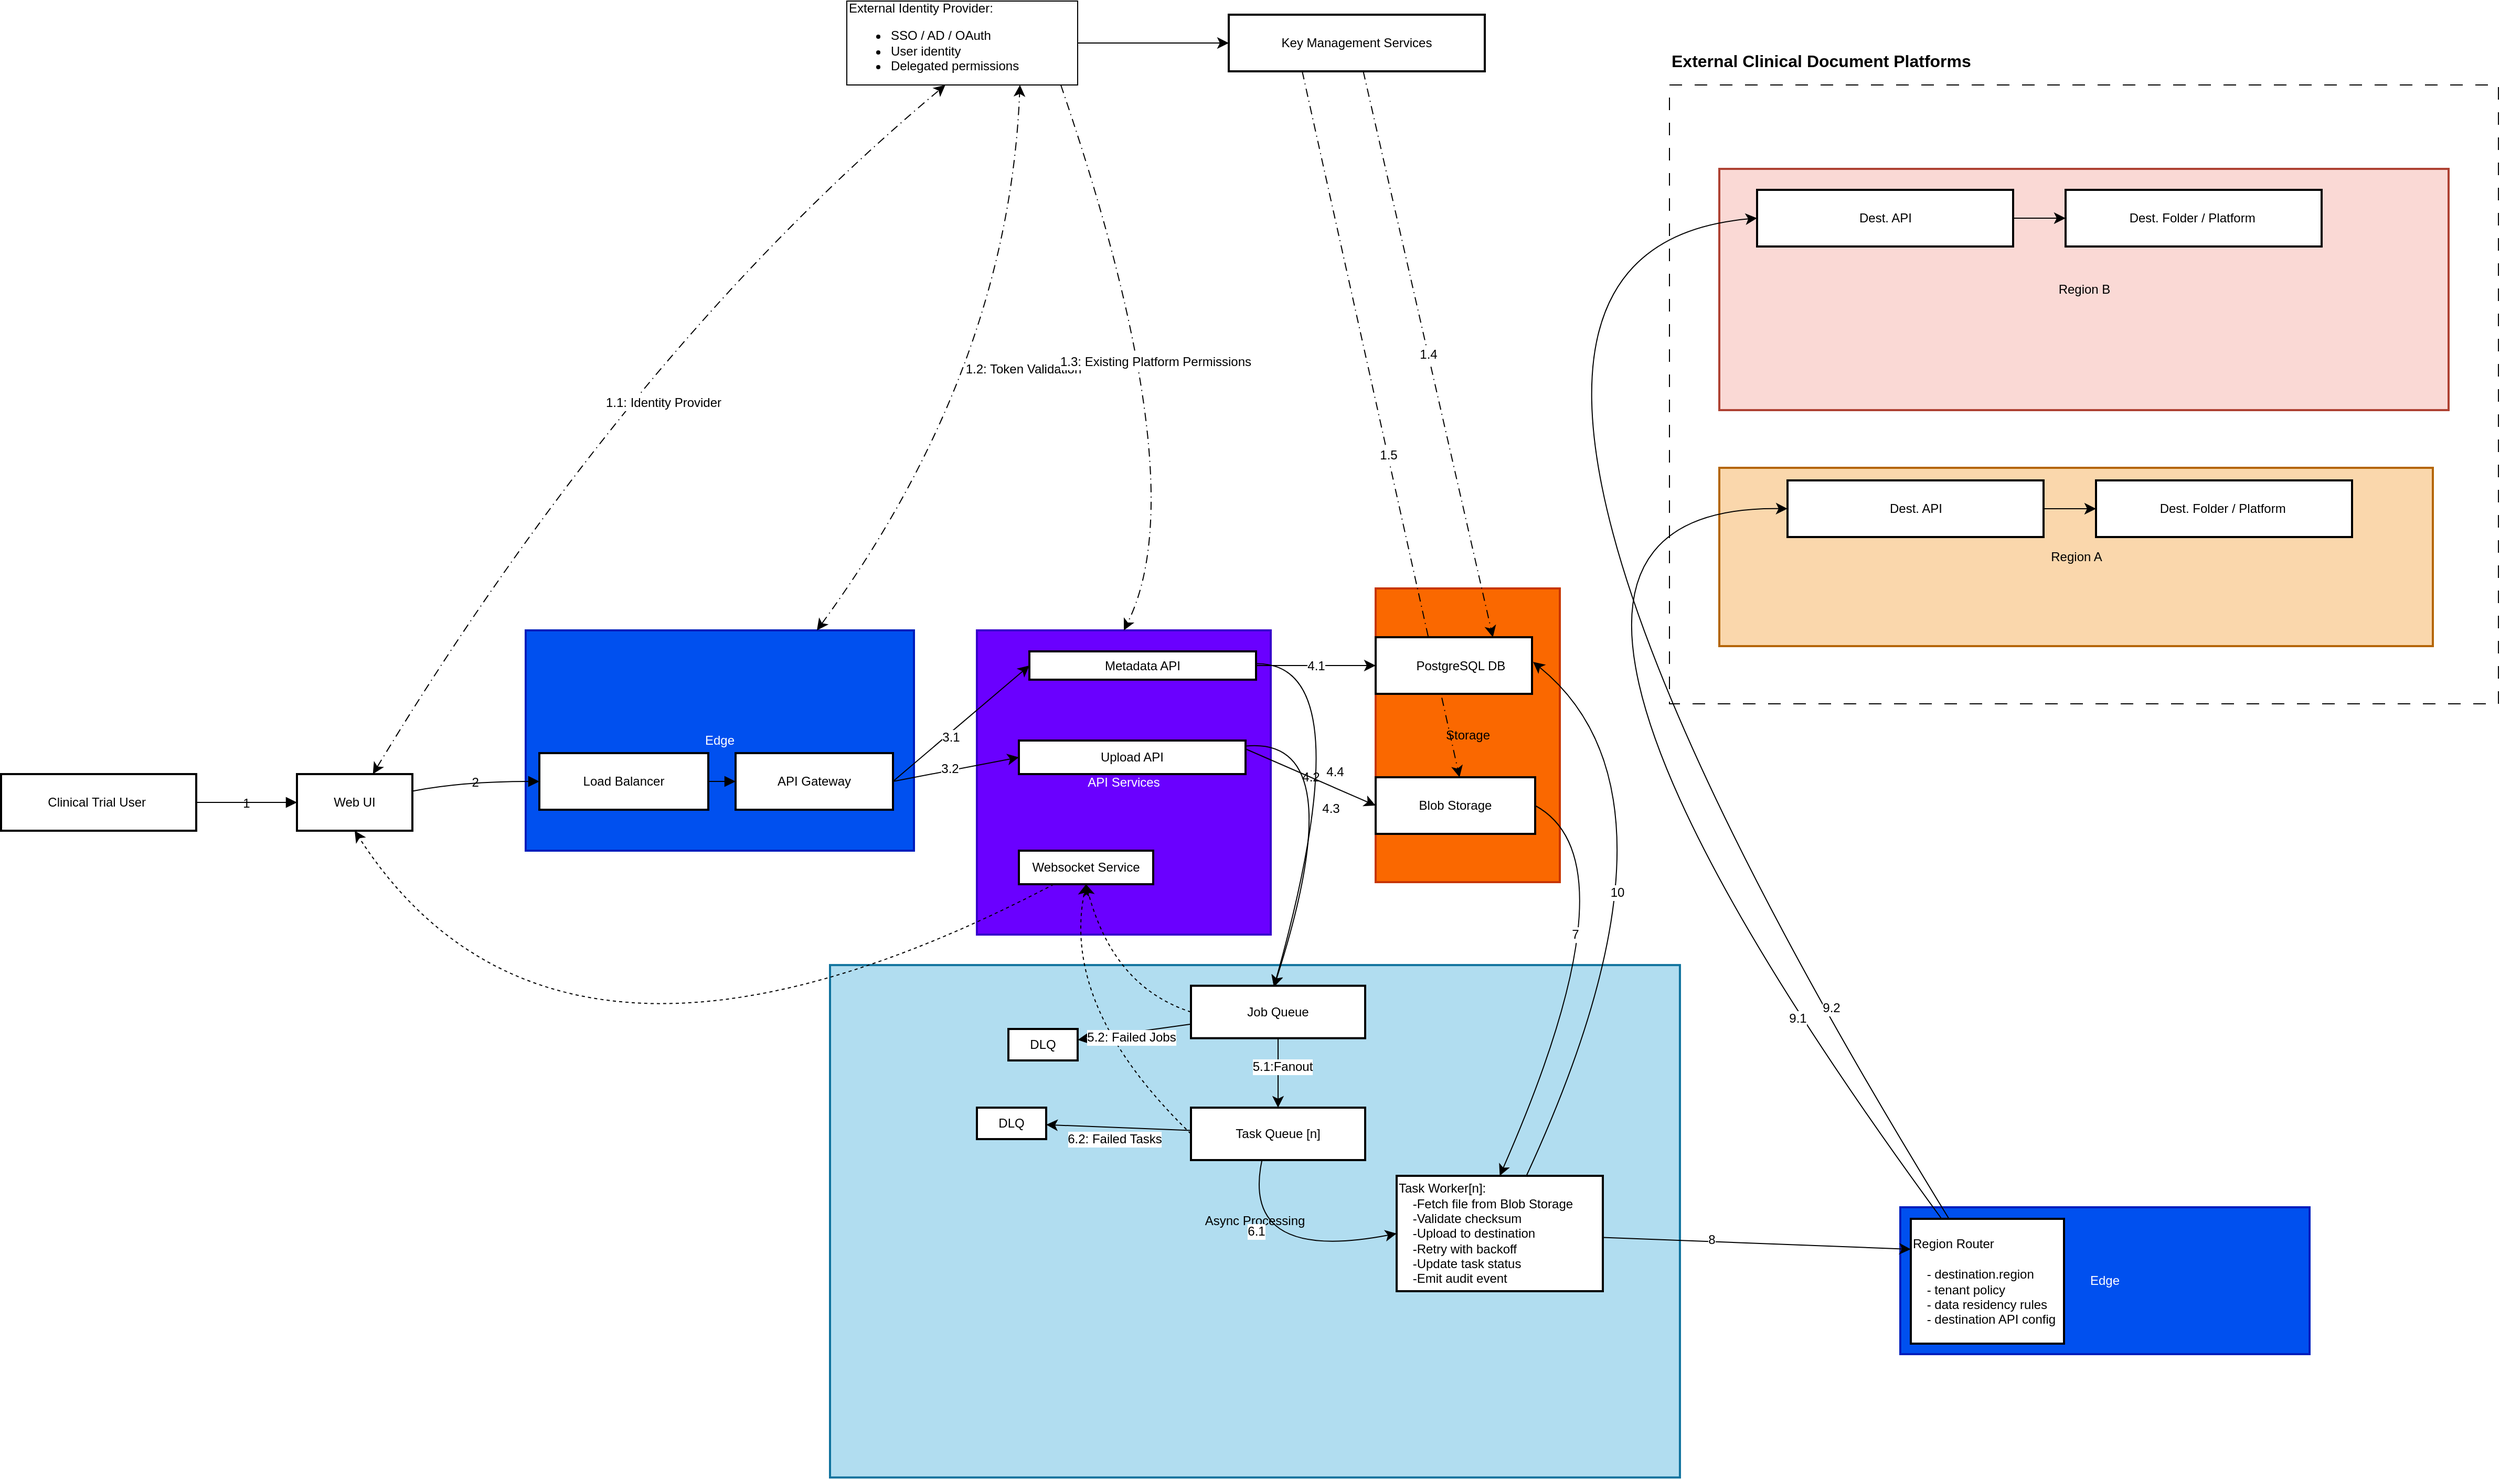
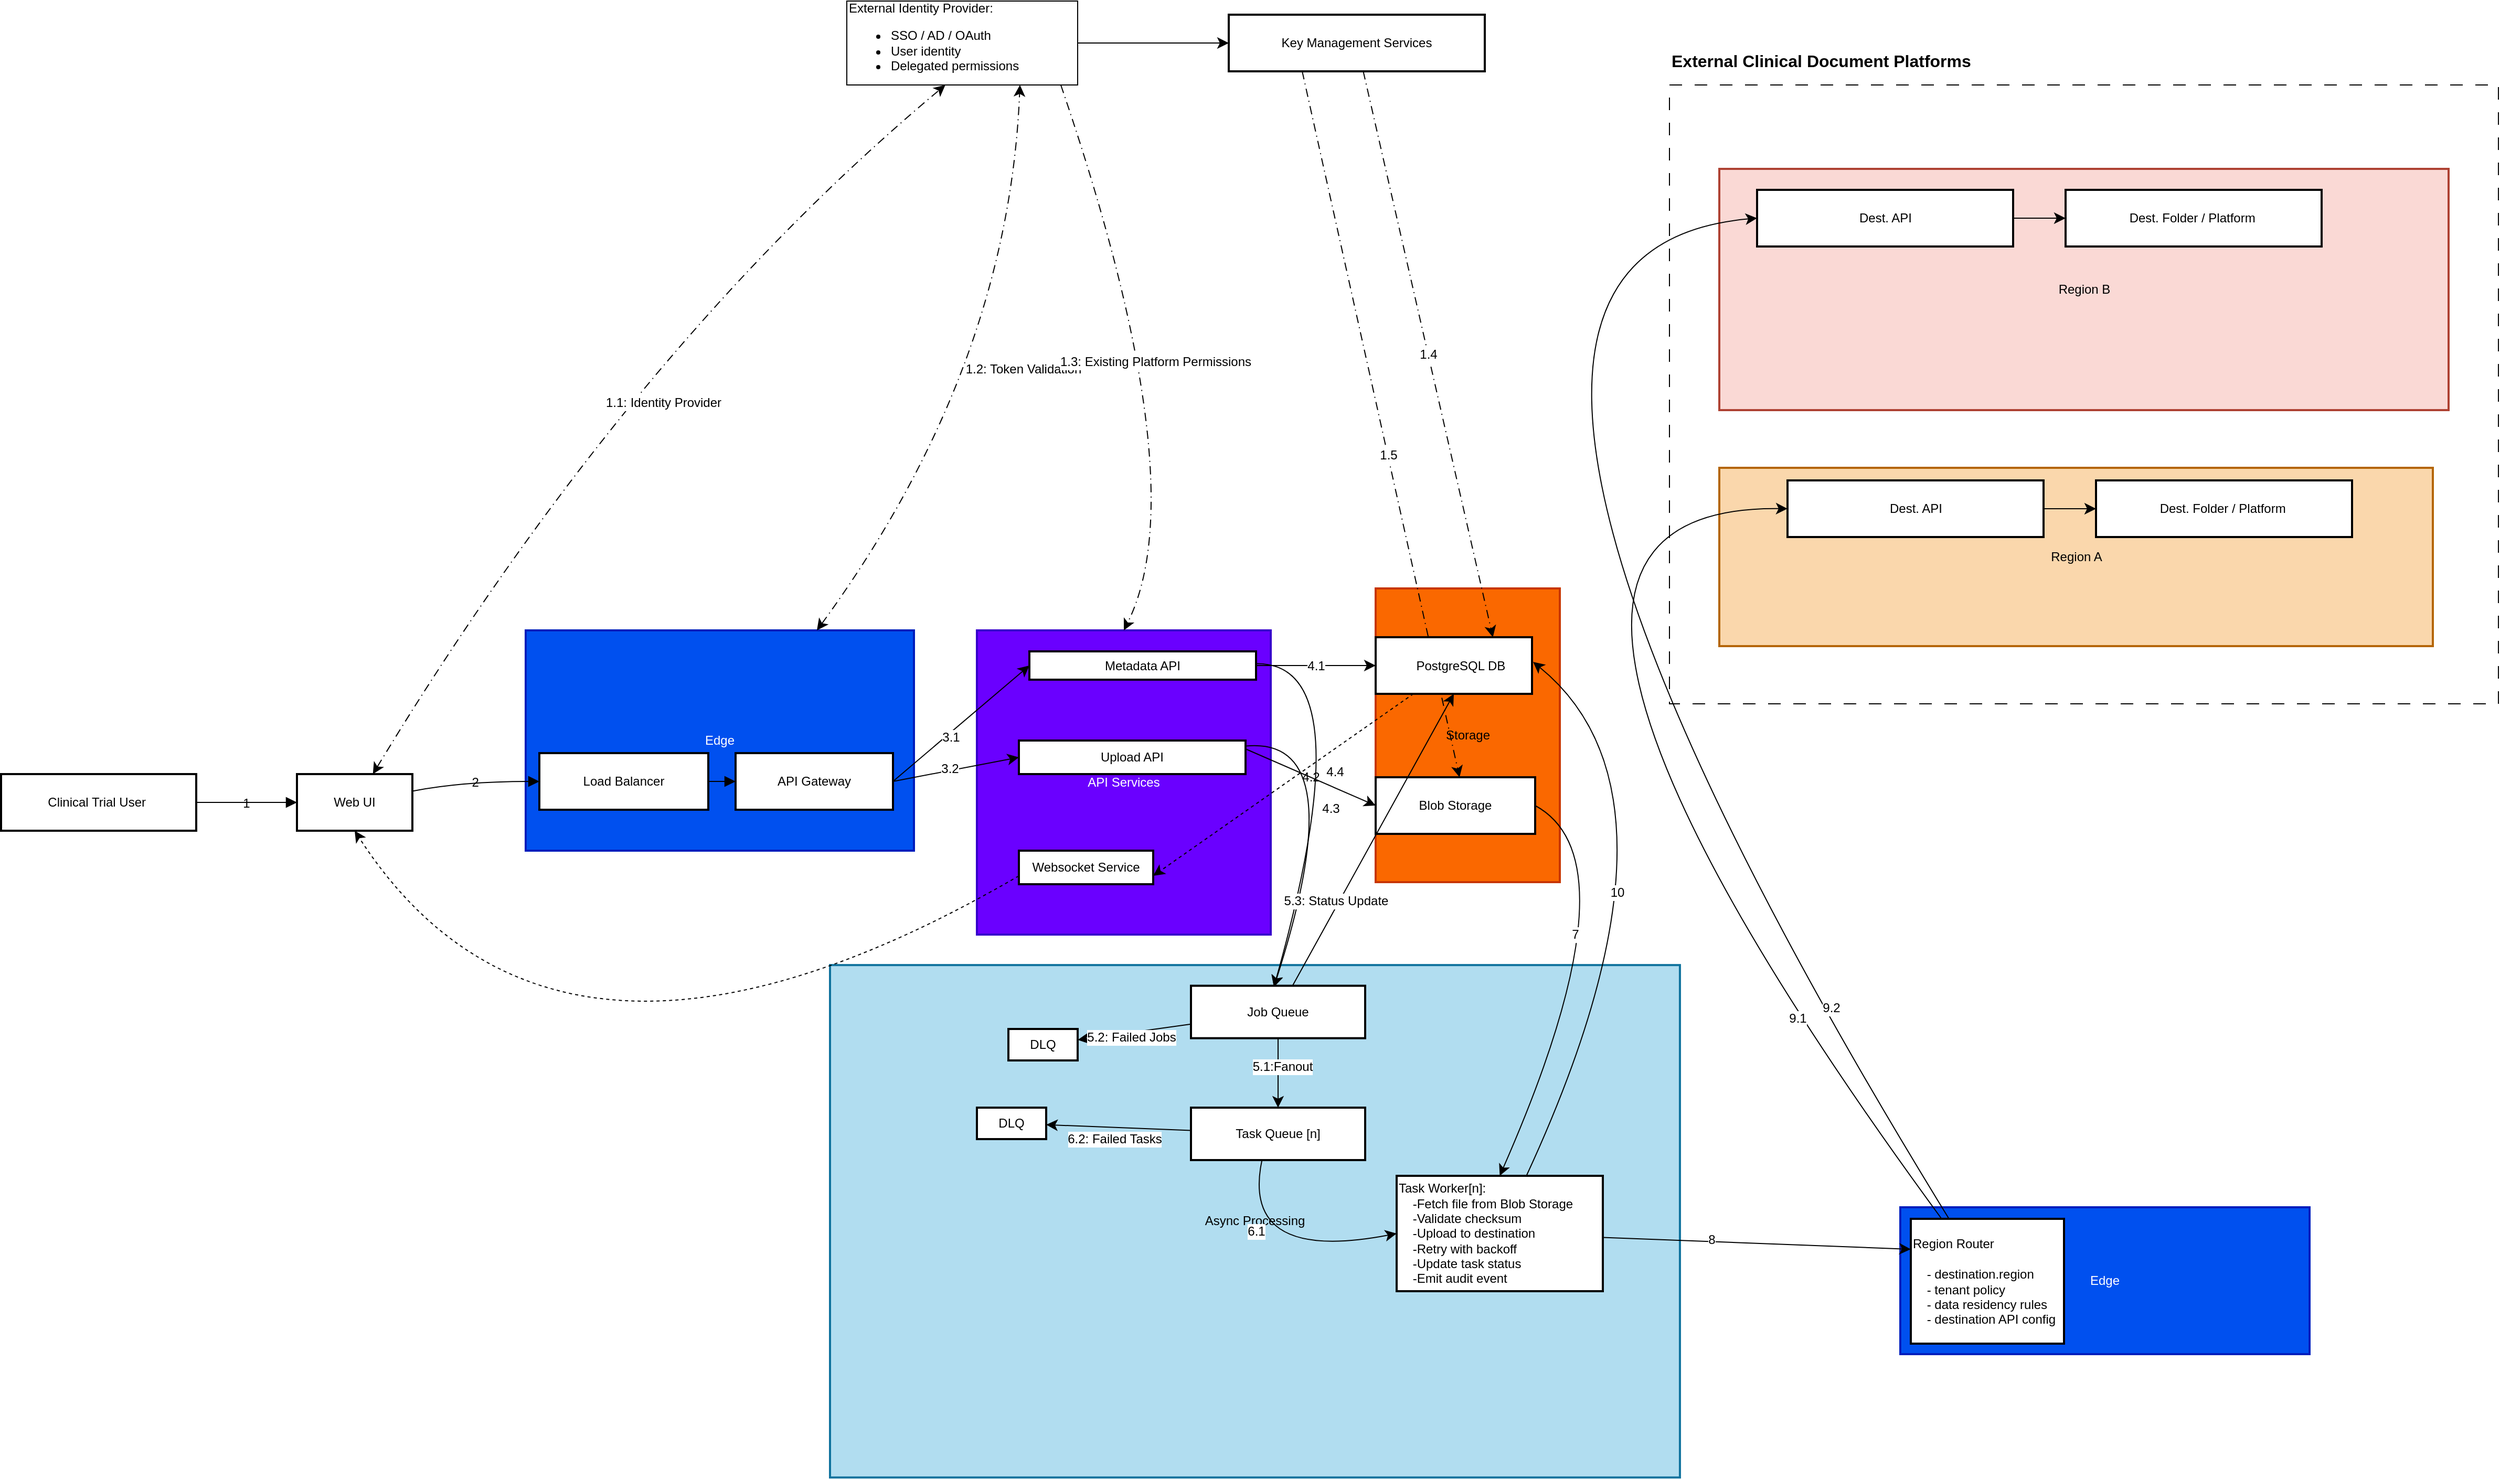
<mxfile host="app.diagrams.net">
  <diagram name="Overall-Diagram" id="Xauzskn0iYLa3f8TggF1">
    <mxGraphModel dx="1148" dy="1882" grid="1" gridSize="10" guides="1" tooltips="1" connect="1" arrows="1" fold="1" page="1" pageScale="1" pageWidth="850" pageHeight="1100" background="none" math="0" shadow="0">
      <root>
        <mxCell id="0" />
        <mxCell id="1" parent="0" />
        <mxCell id="kZjGEyZ31KSyDfQOjVAd-13" connectable="0" parent="1" style="group" value="" vertex="1">
          <mxGeometry height="630" width="790" x="1690" y="-520" as="geometry" />
        </mxCell>
        <mxCell id="kZjGEyZ31KSyDfQOjVAd-8" parent="kZjGEyZ31KSyDfQOjVAd-13" style="rounded=0;whiteSpace=wrap;html=1;fillColor=none;dashed=1;dashPattern=12 12;" value="" vertex="1">
          <mxGeometry height="590" width="790" y="40" as="geometry" />
        </mxCell>
        <mxCell id="kZjGEyZ31KSyDfQOjVAd-10" parent="kZjGEyZ31KSyDfQOjVAd-13" style="text;html=1;whiteSpace=wrap;strokeColor=none;fillColor=none;align=left;verticalAlign=middle;rounded=0;fontSize=16;" value="&lt;h2&gt;&lt;span style=&quot;-webkit-text-size-adjust: auto; font-size: medium;&quot;&gt;External Clinical Document Platforms&lt;/span&gt;&lt;/h2&gt;" vertex="1">
          <mxGeometry height="30" width="470" as="geometry" />
        </mxCell>
        <mxCell id="tPvMw2njpGqdJi2HAjV1-28" parent="kZjGEyZ31KSyDfQOjVAd-13" style="whiteSpace=wrap;strokeWidth=2;rounded=0;labelBackgroundColor=none;fillColor=#fad9d5;strokeColor=#ae4132;" value="Region B" vertex="1">
          <mxGeometry height="230" width="695" x="47.5" y="120" as="geometry" />
        </mxCell>
        <mxCell id="tPvMw2njpGqdJi2HAjV1-27" parent="kZjGEyZ31KSyDfQOjVAd-13" style="whiteSpace=wrap;strokeWidth=2;rounded=0;labelBackgroundColor=none;fillColor=#fad7ac;strokeColor=#b46504;" value="Region A" vertex="1">
          <mxGeometry height="170" width="680" x="47.5" y="405" as="geometry" />
        </mxCell>
        <mxCell id="tPvMw2njpGqdJi2HAjV1-7" parent="kZjGEyZ31KSyDfQOjVAd-13" style="whiteSpace=wrap;strokeWidth=2;rounded=0;labelBackgroundColor=none;" value="Dest. Folder / Platform " vertex="1">
          <mxGeometry height="54" width="244" x="406.5" y="417" as="geometry" />
        </mxCell>
        <mxCell id="tPvMw2njpGqdJi2HAjV1-15" edge="1" parent="kZjGEyZ31KSyDfQOjVAd-13" source="tPvMw2njpGqdJi2HAjV1-8" style="edgeStyle=none;curved=1;rounded=0;orthogonalLoop=1;jettySize=auto;html=1;fontSize=12;startSize=8;endSize=8;" target="tPvMw2njpGqdJi2HAjV1-7" value="">
          <mxGeometry relative="1" as="geometry" />
        </mxCell>
        <mxCell id="tPvMw2njpGqdJi2HAjV1-8" parent="kZjGEyZ31KSyDfQOjVAd-13" style="whiteSpace=wrap;strokeWidth=2;rounded=0;labelBackgroundColor=none;" value="Dest. API" vertex="1">
          <mxGeometry height="54" width="244" x="112.5" y="417" as="geometry" />
        </mxCell>
        <mxCell id="tPvMw2njpGqdJi2HAjV1-9" parent="kZjGEyZ31KSyDfQOjVAd-13" style="whiteSpace=wrap;strokeWidth=2;rounded=0;labelBackgroundColor=none;" value="Dest. Folder / Platform " vertex="1">
          <mxGeometry height="54" width="244" x="377.5" y="140" as="geometry" />
        </mxCell>
        <mxCell id="tPvMw2njpGqdJi2HAjV1-16" edge="1" parent="kZjGEyZ31KSyDfQOjVAd-13" source="tPvMw2njpGqdJi2HAjV1-10" style="edgeStyle=none;curved=1;rounded=0;orthogonalLoop=1;jettySize=auto;html=1;fontSize=12;startSize=8;endSize=8;" target="tPvMw2njpGqdJi2HAjV1-9" value="">
          <mxGeometry relative="1" as="geometry" />
        </mxCell>
        <mxCell id="kZjGEyZ31KSyDfQOjVAd-19" edge="1" parent="kZjGEyZ31KSyDfQOjVAd-13" source="tPvMw2njpGqdJi2HAjV1-10" style="edgeStyle=none;curved=1;rounded=0;orthogonalLoop=1;jettySize=auto;html=1;fontSize=12;startSize=8;endSize=8;">
          <mxGeometry relative="1" as="geometry">
            <mxPoint x="129.99999999999955" y="167" as="targetPoint" />
          </mxGeometry>
        </mxCell>
        <mxCell id="tPvMw2njpGqdJi2HAjV1-10" parent="kZjGEyZ31KSyDfQOjVAd-13" style="whiteSpace=wrap;strokeWidth=2;rounded=0;labelBackgroundColor=none;" value="Dest. API" vertex="1">
          <mxGeometry height="54" width="244" x="83.5" y="140" as="geometry" />
        </mxCell>
        <mxCell id="ZxT0anLmeUN1lRlBXtKW-56" parent="1" style="whiteSpace=wrap;strokeWidth=2;rounded=0;labelBackgroundColor=none;fillColor=#0050ef;fontColor=#ffffff;strokeColor=#001DBC;" value="Edge" vertex="1">
          <mxGeometry height="140" width="390" x="1910" y="590" as="geometry" />
        </mxCell>
        <mxCell id="LGeiLnGPZ_kJypGg9XhN-2" parent="1" style="whiteSpace=wrap;strokeWidth=2;rounded=0;labelBackgroundColor=none;fillColor=#b1ddf0;strokeColor=#10739e;aspect=fixed;" value="Async Processing" vertex="1">
          <mxGeometry height="488.53" width="809.97" x="890" y="359.08" as="geometry" />
        </mxCell>
        <mxCell id="LGeiLnGPZ_kJypGg9XhN-4" parent="1" style="whiteSpace=wrap;strokeWidth=2;rounded=0;labelBackgroundColor=none;fillColor=#6a00ff;fontColor=#ffffff;strokeColor=#3700CC;" value="API Services" vertex="1">
          <mxGeometry height="290" width="280" x="1030" y="40" as="geometry" />
        </mxCell>
        <mxCell id="LGeiLnGPZ_kJypGg9XhN-3" parent="1" style="whiteSpace=wrap;strokeWidth=2;rounded=0;labelBackgroundColor=none;fillColor=#fa6800;fontColor=#000000;strokeColor=#C73500;" value="Storage" vertex="1">
          <mxGeometry height="280" width="175.5" x="1410" as="geometry" />
        </mxCell>
        <mxCell id="LGeiLnGPZ_kJypGg9XhN-5" parent="1" style="whiteSpace=wrap;strokeWidth=2;rounded=0;labelBackgroundColor=none;fillColor=#0050ef;fontColor=#ffffff;strokeColor=#001DBC;" value="Edge" vertex="1">
          <mxGeometry height="210" width="370" x="600" y="40" as="geometry" />
        </mxCell>
        <mxCell id="LGeiLnGPZ_kJypGg9XhN-6" parent="1" style="whiteSpace=wrap;strokeWidth=2;rounded=0;labelBackgroundColor=none;" value="Clinical Trial User " vertex="1">
          <mxGeometry height="54" width="186" x="100" y="177" as="geometry" />
        </mxCell>
        <mxCell id="kZjGEyZ31KSyDfQOjVAd-4" edge="1" parent="1" style="edgeStyle=none;curved=1;rounded=0;orthogonalLoop=1;jettySize=auto;html=1;entryX=0.427;entryY=1;entryDx=0;entryDy=0;fontSize=12;startSize=8;endSize=8;dashed=1;dashPattern=8 4 1 4;startArrow=classic;startFill=1;entryPerimeter=0;" target="kZjGEyZ31KSyDfQOjVAd-6" value="1.1: Identity Provider">
          <mxGeometry relative="1" x="0.0321" y="-53" as="geometry">
            <mxPoint as="offset" />
            <Array as="points">
              <mxPoint x="701" y="-230" />
            </Array>
            <mxPoint x="454.3617511520737" y="177" as="sourcePoint" />
            <mxPoint x="1140.5" y="-433" as="targetPoint" />
          </mxGeometry>
        </mxCell>
        <mxCell id="LGeiLnGPZ_kJypGg9XhN-7" parent="1" style="whiteSpace=wrap;strokeWidth=2;rounded=0;labelBackgroundColor=none;" value="Web UI" vertex="1">
          <mxGeometry height="54" width="110" x="382" y="177" as="geometry" />
        </mxCell>
        <mxCell id="LGeiLnGPZ_kJypGg9XhN-8" parent="1" style="whiteSpace=wrap;strokeWidth=2;rounded=0;labelBackgroundColor=none;align=center;" value="&#xa;Load Balancer&#xa;" vertex="1">
          <mxGeometry height="54" width="161" x="613" y="157" as="geometry" />
        </mxCell>
        <mxCell id="ijDLy2rUQYNMrnhEq9o_-15" edge="1" parent="1" source="LGeiLnGPZ_kJypGg9XhN-9" style="edgeStyle=none;curved=1;rounded=0;orthogonalLoop=1;jettySize=auto;html=1;fontSize=12;startSize=8;endSize=8;entryX=0;entryY=0.5;entryDx=0;entryDy=0;labelBackgroundColor=none;fontColor=default;exitX=1;exitY=0.5;exitDx=0;exitDy=0;" target="LGeiLnGPZ_kJypGg9XhN-10">
          <mxGeometry relative="1" as="geometry">
            <mxPoint x="1059.9999999999998" y="229.99999999999977" as="targetPoint" />
          </mxGeometry>
        </mxCell>
        <mxCell id="kZjGEyZ31KSyDfQOjVAd-1" connectable="0" parent="ijDLy2rUQYNMrnhEq9o_-15" style="edgeLabel;html=1;align=center;verticalAlign=middle;resizable=0;points=[];fontSize=12;" value="3.1" vertex="1">
          <mxGeometry relative="1" x="-0.1984" y="-3" as="geometry">
            <mxPoint x="1" as="offset" />
          </mxGeometry>
        </mxCell>
        <mxCell id="ijDLy2rUQYNMrnhEq9o_-17" edge="1" parent="1" source="LGeiLnGPZ_kJypGg9XhN-9" style="edgeStyle=none;curved=1;rounded=0;orthogonalLoop=1;jettySize=auto;html=1;entryX=0;entryY=0.5;entryDx=0;entryDy=0;fontSize=12;startSize=8;endSize=8;exitX=1;exitY=0.5;exitDx=0;exitDy=0;" target="LGeiLnGPZ_kJypGg9XhN-11">
          <mxGeometry relative="1" as="geometry">
            <mxPoint x="960" y="190" as="sourcePoint" />
          </mxGeometry>
        </mxCell>
        <mxCell id="kZjGEyZ31KSyDfQOjVAd-2" connectable="0" parent="ijDLy2rUQYNMrnhEq9o_-17" style="edgeLabel;html=1;align=center;verticalAlign=middle;resizable=0;points=[];fontSize=12;" value="3.2" vertex="1">
          <mxGeometry relative="1" x="-0.0885" y="2" as="geometry">
            <mxPoint as="offset" />
          </mxGeometry>
        </mxCell>
        <mxCell id="tPvMw2njpGqdJi2HAjV1-17" edge="1" parent="1" source="LGeiLnGPZ_kJypGg9XhN-5" style="edgeStyle=none;curved=1;rounded=0;orthogonalLoop=1;jettySize=auto;html=1;entryX=0.75;entryY=1;entryDx=0;entryDy=0;fontSize=12;startSize=8;endSize=8;dashed=1;dashPattern=8 4 1 4;startArrow=classic;startFill=1;exitX=0.75;exitY=0;exitDx=0;exitDy=0;" target="kZjGEyZ31KSyDfQOjVAd-6" value="1.2: Token Validation">
          <mxGeometry relative="1" x="0.0672" y="-14" as="geometry">
            <mxPoint as="offset" />
            <Array as="points">
              <mxPoint x="1060" y="-210" />
            </Array>
            <mxPoint x="853.7118320610687" y="157" as="sourcePoint" />
            <mxPoint x="1240.5" y="-406" as="targetPoint" />
          </mxGeometry>
        </mxCell>
        <mxCell id="LGeiLnGPZ_kJypGg9XhN-9" parent="1" style="whiteSpace=wrap;strokeWidth=2;rounded=0;labelBackgroundColor=none;" value="API Gateway" vertex="1">
          <mxGeometry height="54" width="150" x="800" y="157" as="geometry" />
        </mxCell>
        <mxCell id="ijDLy2rUQYNMrnhEq9o_-19" edge="1" parent="1" source="LGeiLnGPZ_kJypGg9XhN-10" style="edgeStyle=none;curved=1;rounded=0;orthogonalLoop=1;jettySize=auto;html=1;entryX=0;entryY=0.5;entryDx=0;entryDy=0;fontSize=12;startSize=8;endSize=8;exitX=1;exitY=0.5;exitDx=0;exitDy=0;" target="LGeiLnGPZ_kJypGg9XhN-12" value="4.1">
          <mxGeometry relative="1" as="geometry" />
        </mxCell>
        <mxCell id="ZxT0anLmeUN1lRlBXtKW-1" edge="1" parent="1" source="LGeiLnGPZ_kJypGg9XhN-10" style="edgeStyle=none;curved=1;rounded=0;orthogonalLoop=1;jettySize=auto;html=1;entryX=0.5;entryY=0;entryDx=0;entryDy=0;fontSize=12;startSize=8;endSize=8;" value="4.4">
          <mxGeometry relative="1" as="geometry">
            <Array as="points">
              <mxPoint x="1400" y="70" />
            </Array>
            <mxPoint x="1313" y="380" as="targetPoint" />
          </mxGeometry>
        </mxCell>
        <mxCell id="LGeiLnGPZ_kJypGg9XhN-10" parent="1" style="whiteSpace=wrap;strokeWidth=2;rounded=0;labelBackgroundColor=none;" value="Metadata API" vertex="1">
          <mxGeometry height="27" width="216" x="1080" y="60" as="geometry" />
        </mxCell>
        <mxCell id="ijDLy2rUQYNMrnhEq9o_-12" edge="1" parent="1" source="LGeiLnGPZ_kJypGg9XhN-11" style="edgeStyle=none;curved=1;rounded=0;orthogonalLoop=1;jettySize=auto;html=1;entryX=0;entryY=0.5;entryDx=0;entryDy=0;fontSize=12;startSize=8;endSize=8;exitX=1;exitY=0.25;exitDx=0;exitDy=0;labelBackgroundColor=none;fontColor=default;" target="LGeiLnGPZ_kJypGg9XhN-13" value="4.2">
          <mxGeometry relative="1" as="geometry" />
        </mxCell>
        <mxCell id="ZxT0anLmeUN1lRlBXtKW-2" edge="1" parent="1" source="LGeiLnGPZ_kJypGg9XhN-11" style="edgeStyle=none;curved=1;rounded=0;orthogonalLoop=1;jettySize=auto;html=1;entryX=0.5;entryY=0;entryDx=0;entryDy=0;fontSize=12;startSize=8;endSize=8;" value="4.3">
          <mxGeometry relative="1" as="geometry">
            <Array as="points">
              <mxPoint x="1390" y="140" />
            </Array>
            <mxPoint x="1313" y="380" as="targetPoint" />
          </mxGeometry>
        </mxCell>
        <mxCell id="LGeiLnGPZ_kJypGg9XhN-11" parent="1" style="whiteSpace=wrap;strokeWidth=2;rounded=0;labelBackgroundColor=none;" value="Upload API" vertex="1">
          <mxGeometry height="32" width="216" x="1070" y="145" as="geometry" />
        </mxCell>
-         <mxCell id="tPvMw2njpGqdJi2HAjV1-2" edge="1" parent="1" source="ZxT0anLmeUN1lRlBXtKW-3" style="edgeStyle=none;curved=1;rounded=0;orthogonalLoop=1;jettySize=auto;html=1;fontSize=12;startSize=8;endSize=8;entryX=0.5;entryY=1;entryDx=0;entryDy=0;dashed=1;exitX=0;exitY=0.5;exitDx=0;exitDy=0;" target="LGeiLnGPZ_kJypGg9XhN-18">
-           <mxGeometry relative="1" as="geometry">
-             <Array as="points">
-               <mxPoint x="1160" y="380" />
-             </Array>
-             <mxPoint x="1230" y="386.8627450980389" as="sourcePoint" />
-             <mxPoint x="1150" y="490" as="targetPoint" />
-           </mxGeometry>
-         </mxCell>
-         <mxCell id="tPvMw2njpGqdJi2HAjV1-30" edge="1" parent="1" source="ZxT0anLmeUN1lRlBXtKW-4" style="edgeStyle=none;curved=1;rounded=0;orthogonalLoop=1;jettySize=auto;html=1;entryX=0.5;entryY=1;entryDx=0;entryDy=0;fontSize=12;startSize=8;endSize=8;dashed=1;exitX=0;exitY=0.5;exitDx=0;exitDy=0;" target="LGeiLnGPZ_kJypGg9XhN-18">
-           <mxGeometry relative="1" as="geometry">
-             <Array as="points">
-               <mxPoint x="1110" y="400" />
-             </Array>
-             <mxPoint x="1274.6623376623374" y="462" as="sourcePoint" />
-           </mxGeometry>
-         </mxCell>
        <mxCell id="tPvMw2njpGqdJi2HAjV1-18" edge="1" parent="1" source="LGeiLnGPZ_kJypGg9XhN-20" style="edgeStyle=none;curved=1;rounded=0;orthogonalLoop=1;jettySize=auto;html=1;entryX=0.75;entryY=0;entryDx=0;entryDy=0;fontSize=12;startSize=8;endSize=8;dashed=1;dashPattern=8 4 1 4;" target="LGeiLnGPZ_kJypGg9XhN-12" value="1.4">
          <mxGeometry relative="1" as="geometry" />
        </mxCell>
        <mxCell id="tPvMw2njpGqdJi2HAjV1-19" edge="1" parent="1" style="edgeStyle=none;curved=1;rounded=0;orthogonalLoop=1;jettySize=auto;html=1;entryX=0.526;entryY=0;entryDx=0;entryDy=0;fontSize=12;startSize=8;endSize=8;dashed=1;dashPattern=8 4 1 4;entryPerimeter=0;" target="LGeiLnGPZ_kJypGg9XhN-13">
          <mxGeometry relative="1" as="geometry">
            <mxPoint x="1340.0036176066023" y="-493" as="sourcePoint" />
            <mxPoint x="1503.69" y="207" as="targetPoint" />
          </mxGeometry>
        </mxCell>
        <mxCell id="kZjGEyZ31KSyDfQOjVAd-3" connectable="0" parent="tPvMw2njpGqdJi2HAjV1-19" style="edgeLabel;html=1;align=center;verticalAlign=middle;resizable=0;points=[];fontSize=12;" value="1.5" vertex="1">
          <mxGeometry relative="1" x="0.0872" as="geometry">
            <mxPoint as="offset" />
          </mxGeometry>
        </mxCell>
        <mxCell id="kZjGEyZ31KSyDfQOjVAd-5" edge="1" parent="1" source="kZjGEyZ31KSyDfQOjVAd-6" style="edgeStyle=none;curved=1;rounded=0;orthogonalLoop=1;jettySize=auto;html=1;fontSize=12;startSize=8;endSize=8;dashed=1;dashPattern=8 4 1 4;entryX=0.5;entryY=0;entryDx=0;entryDy=0;exitX=0.927;exitY=1;exitDx=0;exitDy=0;exitPerimeter=0;" target="LGeiLnGPZ_kJypGg9XhN-4" value="1.3: Existing Platform Permissions">
          <mxGeometry relative="1" as="geometry">
            <Array as="points">
              <mxPoint x="1240" y="-100" />
            </Array>
            <mxPoint x="1160" y="20" as="targetPoint" />
          </mxGeometry>
        </mxCell>
        <mxCell id="LGeiLnGPZ_kJypGg9XhN-20" parent="1" style="whiteSpace=wrap;strokeWidth=2;rounded=0;labelBackgroundColor=none;" value="Key Management Services" vertex="1">
          <mxGeometry height="54" width="244" x="1270" y="-547" as="geometry" />
        </mxCell>
        <mxCell id="LGeiLnGPZ_kJypGg9XhN-23" edge="1" parent="1" source="LGeiLnGPZ_kJypGg9XhN-6" style="curved=1;startArrow=none;endArrow=block;exitX=1;exitY=0.5;entryX=0;entryY=0.5;rounded=0;fontSize=12;startSize=8;endSize=8;labelBackgroundColor=none;fontColor=default;" target="LGeiLnGPZ_kJypGg9XhN-7" value="1">
          <mxGeometry relative="1" as="geometry">
            <Array as="points" />
          </mxGeometry>
        </mxCell>
        <mxCell id="LGeiLnGPZ_kJypGg9XhN-24" edge="1" parent="1" source="LGeiLnGPZ_kJypGg9XhN-7" style="curved=1;startArrow=none;endArrow=block;exitX=1;exitY=0.3;entryX=0;entryY=0.5;rounded=0;fontSize=12;startSize=8;endSize=8;labelBackgroundColor=none;fontColor=default;" target="LGeiLnGPZ_kJypGg9XhN-8" value="2">
          <mxGeometry relative="1" as="geometry">
            <Array as="points">
              <mxPoint x="540" y="184" />
            </Array>
          </mxGeometry>
        </mxCell>
        <mxCell id="LGeiLnGPZ_kJypGg9XhN-35" edge="1" parent="1" source="LGeiLnGPZ_kJypGg9XhN-8" style="curved=1;startArrow=none;endArrow=block;exitX=1;exitY=0.5;entryX=0;entryY=0.5;rounded=0;fontSize=12;startSize=8;endSize=8;labelBackgroundColor=none;fontColor=default;" target="LGeiLnGPZ_kJypGg9XhN-9" value="">
          <mxGeometry relative="1" as="geometry">
            <Array as="points" />
          </mxGeometry>
        </mxCell>
-         <mxCell id="tPvMw2njpGqdJi2HAjV1-29" edge="1" parent="1" source="LGeiLnGPZ_kJypGg9XhN-18" style="edgeStyle=none;curved=1;rounded=0;orthogonalLoop=1;jettySize=auto;html=1;entryX=0.5;entryY=1;entryDx=0;entryDy=0;fontSize=12;startSize=8;endSize=8;dashed=1;" target="LGeiLnGPZ_kJypGg9XhN-7">
+         <mxCell id="tPvMw2njpGqdJi2HAjV1-29" edge="1" parent="1" source="LGeiLnGPZ_kJypGg9XhN-18" style="edgeStyle=none;curved=1;rounded=0;orthogonalLoop=1;jettySize=auto;html=1;entryX=0.5;entryY=1;entryDx=0;entryDy=0;fontSize=12;startSize=8;endSize=8;dashed=1;exitX=0;exitY=0.75;exitDx=0;exitDy=0;" target="LGeiLnGPZ_kJypGg9XhN-7">
          <mxGeometry relative="1" as="geometry">
            <Array as="points">
              <mxPoint x="630" y="530" />
            </Array>
          </mxGeometry>
        </mxCell>
        <mxCell id="LGeiLnGPZ_kJypGg9XhN-18" parent="1" style="whiteSpace=wrap;strokeWidth=2;rounded=0;labelBackgroundColor=none;" value="Websocket Service" vertex="1">
          <mxGeometry height="32" width="128" x="1070" y="250" as="geometry" />
        </mxCell>
        <mxCell id="kZjGEyZ31KSyDfQOjVAd-26" edge="1" parent="1" source="LGeiLnGPZ_kJypGg9XhN-13" style="edgeStyle=none;curved=1;rounded=0;orthogonalLoop=1;jettySize=auto;html=1;entryX=0.5;entryY=0;entryDx=0;entryDy=0;fontSize=12;startSize=8;endSize=8;exitX=1;exitY=0.5;exitDx=0;exitDy=0;" target="ZxT0anLmeUN1lRlBXtKW-53" value="7">
          <mxGeometry relative="1" x="-0.0907" y="-27" as="geometry">
            <mxPoint as="offset" />
            <Array as="points">
              <mxPoint x="1660" y="260" />
            </Array>
          </mxGeometry>
        </mxCell>
        <mxCell id="LGeiLnGPZ_kJypGg9XhN-13" parent="1" style="whiteSpace=wrap;strokeWidth=2;rounded=0;labelBackgroundColor=none;" value="Blob Storage" vertex="1">
          <mxGeometry height="54" width="152" x="1410" y="180" as="geometry" />
        </mxCell>
+         <mxCell id="H6ffHFjMrClnpl93w-sh-3" edge="1" parent="1" source="LGeiLnGPZ_kJypGg9XhN-12" style="edgeStyle=none;curved=1;rounded=0;orthogonalLoop=1;jettySize=auto;html=1;entryX=1;entryY=0.75;entryDx=0;entryDy=0;fontSize=12;startSize=8;endSize=8;dashed=1;" target="LGeiLnGPZ_kJypGg9XhN-18">
+           <mxGeometry relative="1" as="geometry" />
+         </mxCell>
        <mxCell id="LGeiLnGPZ_kJypGg9XhN-12" parent="1" style="whiteSpace=wrap;strokeWidth=2;rounded=0;labelBackgroundColor=none;fontStyle=0" value="    PostgreSQL DB" vertex="1">
          <mxGeometry height="54" width="149" x="1410" y="46.5" as="geometry" />
        </mxCell>
        <mxCell id="kZjGEyZ31KSyDfQOjVAd-17" edge="1" parent="1" source="tPvMw2njpGqdJi2HAjV1-6" style="edgeStyle=none;curved=1;rounded=0;orthogonalLoop=1;jettySize=auto;html=1;fontSize=12;startSize=8;endSize=8;entryX=0;entryY=0.5;entryDx=0;entryDy=0;" target="tPvMw2njpGqdJi2HAjV1-8" value="9.1">
          <mxGeometry relative="1" x="-0.6065" y="-2" as="geometry">
            <mxPoint as="offset" />
            <Array as="points">
              <mxPoint x="1450" y="-80" />
            </Array>
            <mxPoint x="1969.9999999999995" y="-40" as="targetPoint" />
          </mxGeometry>
        </mxCell>
        <mxCell id="kZjGEyZ31KSyDfQOjVAd-18" edge="1" parent="1" source="tPvMw2njpGqdJi2HAjV1-6" style="edgeStyle=none;curved=1;rounded=0;orthogonalLoop=1;jettySize=auto;html=1;fontSize=12;startSize=8;endSize=8;entryX=0;entryY=0.5;entryDx=0;entryDy=0;" target="tPvMw2njpGqdJi2HAjV1-10" value="9.2">
          <mxGeometry relative="1" x="-0.6863" y="-9" as="geometry">
            <mxPoint as="offset" />
            <Array as="points">
              <mxPoint x="1390" y="-320" />
            </Array>
            <mxPoint x="1779.9999999999995" y="-360" as="targetPoint" />
          </mxGeometry>
        </mxCell>
        <mxCell id="tPvMw2njpGqdJi2HAjV1-6" parent="1" style="whiteSpace=wrap;strokeWidth=2;rounded=0;labelBackgroundColor=none;align=left;" value="Region Router&#xa;&#xa;    - destination.region&#xa;    - tenant policy&#xa;    - data residency rules&#xa;    - destination API config" vertex="1">
          <mxGeometry height="119" width="146" x="1920" y="601" as="geometry" />
        </mxCell>
        <mxCell id="ZxT0anLmeUN1lRlBXtKW-5" edge="1" parent="1" source="ZxT0anLmeUN1lRlBXtKW-3" style="edgeStyle=none;curved=1;rounded=0;orthogonalLoop=1;jettySize=auto;html=1;fontSize=12;startSize=8;endSize=8;" target="ZxT0anLmeUN1lRlBXtKW-4" value="">
          <mxGeometry relative="1" as="geometry" />
        </mxCell>
        <mxCell id="kZjGEyZ31KSyDfQOjVAd-20" connectable="0" parent="ZxT0anLmeUN1lRlBXtKW-5" style="edgeLabel;html=1;align=center;verticalAlign=middle;resizable=0;points=[];fontSize=12;" value="5.1:Fanout" vertex="1">
          <mxGeometry relative="1" x="-0.1908" y="4" as="geometry">
            <mxPoint as="offset" />
          </mxGeometry>
        </mxCell>
        <mxCell id="ZxT0anLmeUN1lRlBXtKW-52" edge="1" parent="1" source="ZxT0anLmeUN1lRlBXtKW-3" style="edgeStyle=none;curved=1;rounded=0;orthogonalLoop=1;jettySize=auto;html=1;fontSize=12;startSize=8;endSize=8;" target="ZxT0anLmeUN1lRlBXtKW-9" value="">
          <mxGeometry relative="1" as="geometry" />
        </mxCell>
        <mxCell id="kZjGEyZ31KSyDfQOjVAd-22" connectable="0" parent="ZxT0anLmeUN1lRlBXtKW-52" style="edgeLabel;html=1;align=center;verticalAlign=middle;resizable=0;points=[];fontSize=12;" value="5.2: Failed Jobs" vertex="1">
          <mxGeometry relative="1" x="0.0649" y="4" as="geometry">
+             <mxPoint as="offset" />
+           </mxGeometry>
+         </mxCell>
+         <mxCell id="H6ffHFjMrClnpl93w-sh-1" edge="1" parent="1" source="ZxT0anLmeUN1lRlBXtKW-3" style="edgeStyle=none;curved=1;rounded=0;orthogonalLoop=1;jettySize=auto;html=1;entryX=0.5;entryY=1;entryDx=0;entryDy=0;fontSize=12;startSize=8;endSize=8;" target="LGeiLnGPZ_kJypGg9XhN-12">
+           <mxGeometry relative="1" as="geometry" />
+         </mxCell>
+         <mxCell id="H6ffHFjMrClnpl93w-sh-2" connectable="0" parent="H6ffHFjMrClnpl93w-sh-1" style="edgeLabel;html=1;align=center;verticalAlign=middle;resizable=0;points=[];fontSize=12;" value="5.3: Status Update" vertex="1">
+           <mxGeometry relative="1" x="-0.4298" y="3" as="geometry">
            <mxPoint as="offset" />
          </mxGeometry>
        </mxCell>
        <mxCell id="ZxT0anLmeUN1lRlBXtKW-3" parent="1" style="whiteSpace=wrap;strokeWidth=2;rounded=0;labelBackgroundColor=none;" value="Job Queue" vertex="1">
          <mxGeometry height="50" width="166" x="1234" y="378.79999999999995" as="geometry" />
        </mxCell>
        <mxCell id="ZxT0anLmeUN1lRlBXtKW-21" edge="1" parent="1" source="ZxT0anLmeUN1lRlBXtKW-4" style="edgeStyle=none;curved=1;rounded=0;orthogonalLoop=1;jettySize=auto;html=1;fontSize=12;startSize=8;endSize=8;" target="ZxT0anLmeUN1lRlBXtKW-11" value="">
          <mxGeometry relative="1" as="geometry" />
        </mxCell>
        <mxCell id="kZjGEyZ31KSyDfQOjVAd-23" connectable="0" parent="ZxT0anLmeUN1lRlBXtKW-21" style="edgeLabel;html=1;align=center;verticalAlign=middle;resizable=0;points=[];fontSize=12;" value="6.2: Failed Tasks" vertex="1">
          <mxGeometry relative="1" x="-0.2155" y="3" as="geometry">
            <mxPoint x="-19" y="7" as="offset" />
          </mxGeometry>
        </mxCell>
        <mxCell id="ZxT0anLmeUN1lRlBXtKW-54" edge="1" parent="1" source="ZxT0anLmeUN1lRlBXtKW-4" style="edgeStyle=none;curved=1;rounded=0;orthogonalLoop=1;jettySize=auto;html=1;entryX=0;entryY=0.5;entryDx=0;entryDy=0;fontSize=12;startSize=8;endSize=8;exitX=0.422;exitY=0.8;exitDx=0;exitDy=0;exitPerimeter=0;" target="ZxT0anLmeUN1lRlBXtKW-53" value="6.1">
          <mxGeometry relative="1" x="-0.4334" y="13" as="geometry">
            <mxPoint as="offset" />
            <Array as="points">
              <mxPoint x="1274" y="645" />
            </Array>
          </mxGeometry>
        </mxCell>
        <mxCell id="ZxT0anLmeUN1lRlBXtKW-4" parent="1" style="whiteSpace=wrap;strokeWidth=2;rounded=0;labelBackgroundColor=none;" value="Task Queue [n]" vertex="1">
          <mxGeometry height="50" width="166" x="1234" y="495" as="geometry" />
        </mxCell>
        <mxCell id="ZxT0anLmeUN1lRlBXtKW-9" parent="1" style="whiteSpace=wrap;strokeWidth=2;rounded=0;labelBackgroundColor=none;" value="DLQ" vertex="1">
          <mxGeometry height="30" width="66" x="1060" y="419.99999999999994" as="geometry" />
        </mxCell>
        <mxCell id="ZxT0anLmeUN1lRlBXtKW-11" parent="1" style="whiteSpace=wrap;strokeWidth=2;rounded=0;labelBackgroundColor=none;" value="DLQ" vertex="1">
          <mxGeometry height="30" width="66" x="1030" y="495" as="geometry" />
        </mxCell>
        <mxCell id="ZxT0anLmeUN1lRlBXtKW-55" edge="1" parent="1" source="ZxT0anLmeUN1lRlBXtKW-53" style="edgeStyle=none;curved=1;rounded=0;orthogonalLoop=1;jettySize=auto;html=1;fontSize=12;startSize=8;endSize=8;">
          <mxGeometry relative="1" as="geometry">
            <mxPoint x="1920.0000000000005" y="630" as="targetPoint" />
          </mxGeometry>
        </mxCell>
        <mxCell id="kZjGEyZ31KSyDfQOjVAd-24" connectable="0" parent="ZxT0anLmeUN1lRlBXtKW-55" style="edgeLabel;html=1;align=center;verticalAlign=middle;resizable=0;points=[];fontSize=12;" value="8" vertex="1">
          <mxGeometry relative="1" x="-0.2942" y="2" as="geometry">
            <mxPoint as="offset" />
          </mxGeometry>
        </mxCell>
        <mxCell id="kZjGEyZ31KSyDfQOjVAd-27" edge="1" parent="1" source="ZxT0anLmeUN1lRlBXtKW-53" style="edgeStyle=none;curved=1;rounded=0;orthogonalLoop=1;jettySize=auto;html=1;fontSize=12;startSize=8;endSize=8;" value="10">
          <mxGeometry relative="1" x="-0.066" y="35" as="geometry">
            <mxPoint as="offset" />
            <Array as="points">
              <mxPoint x="1720" y="200" />
            </Array>
            <mxPoint x="1560" y="70" as="targetPoint" />
          </mxGeometry>
        </mxCell>
        <mxCell id="ZxT0anLmeUN1lRlBXtKW-53" parent="1" style="whiteSpace=wrap;strokeWidth=2;rounded=0;labelBackgroundColor=none;align=left;" value="Task Worker[n]:&#xa;    -Fetch file from Blob Storage&#xa;    -Validate checksum&#xa;    -Upload to destination&#xa;    -Retry with backoff&#xa;    -Update task status&#xa;    -Emit audit event" vertex="1">
          <mxGeometry height="110" width="196.5" x="1430" y="560" as="geometry" />
        </mxCell>
        <mxCell id="kZjGEyZ31KSyDfQOjVAd-7" edge="1" parent="1" source="kZjGEyZ31KSyDfQOjVAd-6" style="edgeStyle=none;curved=1;rounded=0;orthogonalLoop=1;jettySize=auto;html=1;fontSize=12;startSize=8;endSize=8;" target="LGeiLnGPZ_kJypGg9XhN-20" value="">
          <mxGeometry relative="1" as="geometry" />
        </mxCell>
        <mxCell id="kZjGEyZ31KSyDfQOjVAd-6" parent="1" style="whiteSpace=wrap;html=1;align=left;" value="&lt;div&gt;External Identity Provider:&lt;/div&gt;&lt;div&gt;&lt;ul&gt;&lt;li style=&quot;&quot;&gt;SSO / AD / OAuth&lt;/li&gt;&lt;li style=&quot;&quot;&gt;User identity&lt;/li&gt;&lt;li&gt;Delegated permissions&lt;br&gt;&lt;/li&gt;&lt;/ul&gt;&lt;/div&gt;" vertex="1">
          <mxGeometry height="80" width="220" x="906" y="-560" as="geometry" />
        </mxCell>
      </root>
    </mxGraphModel>
  </diagram>
</mxfile>
